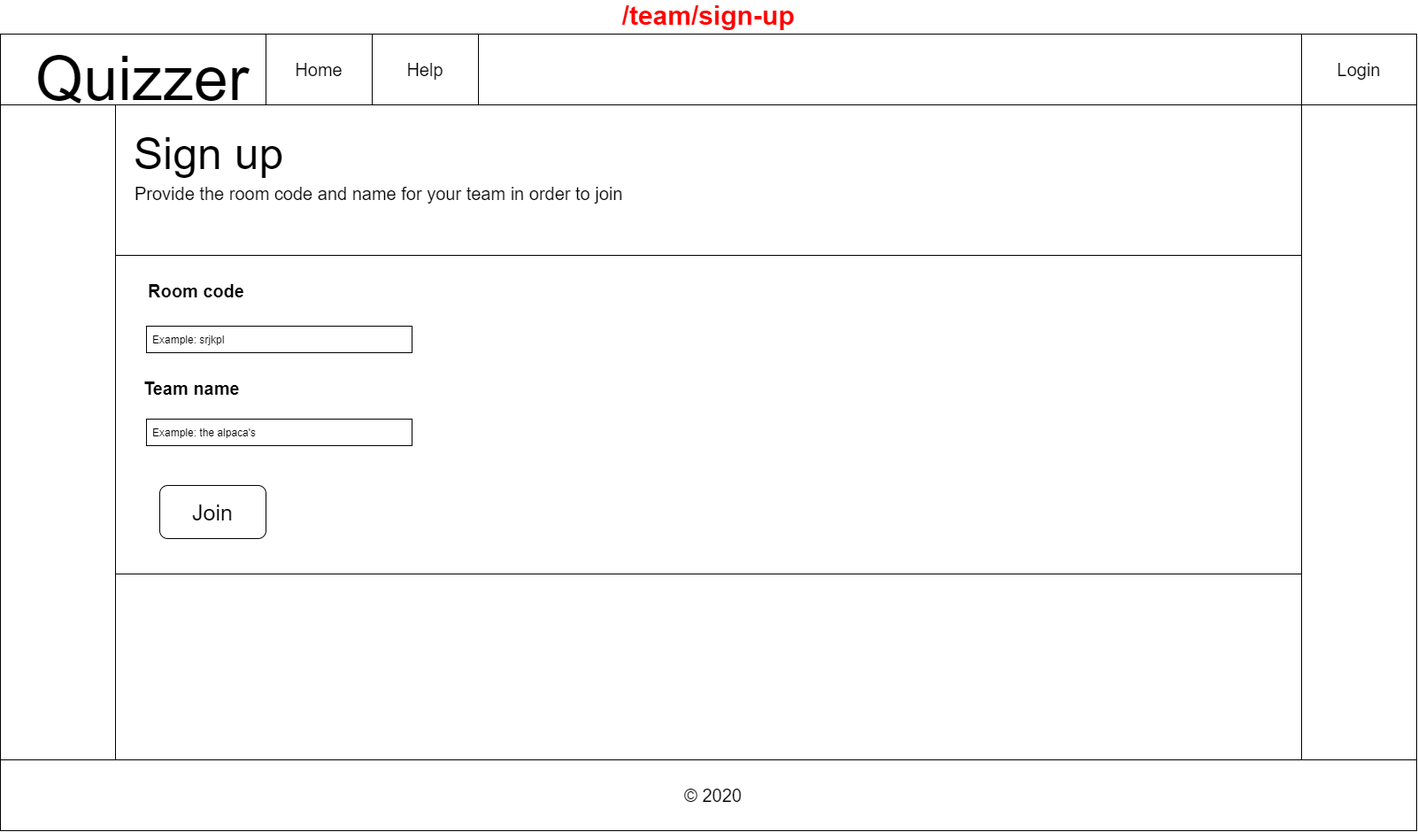
IkBenDeSjaak/Quizzer keeps this draw.io diagram as docs/wireframes/team-sign-up.png. Above is the earlier version. Source tidied: cells renumbered, new cells last; positions are measured from the earlier drawing's top-left corner, leaving out a move shared by most shapes. Its diagram source:
```xml
<mxGraphModel>
  <root>
    <mxCell id="0" />
    <mxCell id="1" parent="0" />
    <mxCell id="2" style="group;" parent="1" vertex="1">
      <mxGeometry width="1600" height="900" as="geometry" />
    </mxCell>
    <mxCell id="3" value="/team/sign-up" style="rounded=0;whiteSpace=wrap;html=1;fontStyle=1;fontSize=30;fontColor=#FF0000;labelPosition=center;verticalLabelPosition=top;align=center;verticalAlign=bottom;" parent="2" vertex="1">
      <mxGeometry width="1600" height="900" as="geometry" />
    </mxCell>
    <mxCell id="4" style="rounded=0;whiteSpace=wrap;html=1;" parent="2" vertex="1">
      <mxGeometry width="1600" height="80" as="geometry" />
    </mxCell>
    <mxCell id="5" value="&lt;font style=&quot;font-size: 70px&quot;&gt;Quizzer&lt;/font&gt;" style="text;html=1;align=center;verticalAlign=middle;" parent="2" vertex="1">
      <mxGeometry x="30" y="30" width="260" height="40" as="geometry" />
    </mxCell>
    <mxCell id="6" style="rounded=0;whiteSpace=wrap;html=1;" parent="2" vertex="1">
      <mxGeometry x="130" y="80" width="1340" height="740" as="geometry" />
    </mxCell>
    <mxCell id="7" style="rounded=0;whiteSpace=wrap;html=1;" parent="2" vertex="1">
      <mxGeometry y="820" width="1600" height="80" as="geometry" />
    </mxCell>
    <mxCell id="8" value="&lt;font style=&quot;font-size: 20px&quot;&gt;© 2020&lt;/font&gt;" style="text;html=1;align=center;verticalAlign=middle;" parent="2" vertex="1">
      <mxGeometry x="765" y="850" width="80" height="20" as="geometry" />
    </mxCell>
    <mxCell id="9" value="Home" style="rounded=0;whiteSpace=wrap;html=1;fontSize=20;" parent="2" vertex="1">
      <mxGeometry x="300" width="120" height="80" as="geometry" />
    </mxCell>
    <mxCell id="10" value="Help" style="rounded=0;whiteSpace=wrap;html=1;fontSize=20;" parent="2" vertex="1">
      <mxGeometry x="420" width="120" height="80" as="geometry" />
    </mxCell>
    <mxCell id="11" style="rounded=0;whiteSpace=wrap;html=1;" parent="2" vertex="1">
      <mxGeometry x="130" y="80" width="1340" height="170" as="geometry" />
    </mxCell>
    <mxCell id="12" value="&lt;span style=&quot;font-size: 20px&quot;&gt;Provide the room code and name for your team in order to join&lt;/span&gt;" style="text;html=1;strokeColor=none;fillColor=none;align=left;verticalAlign=middle;whiteSpace=wrap;rounded=0;" parent="2" vertex="1">
      <mxGeometry x="150" y="170" width="570" height="20" as="geometry" />
    </mxCell>
    <mxCell id="13" value="&lt;font style=&quot;font-size: 50px&quot;&gt;Sign up&lt;/font&gt;" style="text;html=1;align=center;verticalAlign=middle;" parent="2" vertex="1">
      <mxGeometry x="140" y="120" width="190" height="30" as="geometry" />
    </mxCell>
    <mxCell id="14" style="rounded=0;whiteSpace=wrap;html=1;align=left;" parent="2" vertex="1">
      <mxGeometry x="130" y="250" width="1340" height="360" as="geometry" />
    </mxCell>
    <mxCell id="15" value="&lt;font style=&quot;font-size: 20px&quot;&gt;Room code&lt;/font&gt;" style="text;html=1;strokeColor=none;fillColor=none;align=left;verticalAlign=middle;whiteSpace=wrap;rounded=0;fontStyle=1;" parent="2" vertex="1">
      <mxGeometry x="165" y="280" width="140" height="20" as="geometry" />
    </mxCell>
    <mxCell id="16" style="group;" parent="2" vertex="1">
      <mxGeometry x="165" y="330" width="300" height="30" as="geometry" />
    </mxCell>
    <mxCell id="17" style="rounded=0;whiteSpace=wrap;html=1;align=left;" parent="16" vertex="1">
      <mxGeometry width="300" height="30" as="geometry" />
    </mxCell>
    <mxCell id="18" value="Example: srjkpl" style="text;html=1;strokeColor=none;fillColor=none;align=left;verticalAlign=middle;whiteSpace=wrap;rounded=0;" parent="16" vertex="1">
      <mxGeometry x="5" y="5" width="110" height="20" as="geometry" />
    </mxCell>
    <mxCell id="19" value="&lt;font style=&quot;font-size: 20px&quot;&gt;Team name&lt;/font&gt;" style="text;html=1;strokeColor=none;fillColor=none;align=left;verticalAlign=middle;whiteSpace=wrap;rounded=0;fontStyle=1;" parent="2" vertex="1">
      <mxGeometry x="160" y="390" width="140" height="20" as="geometry" />
    </mxCell>
    <mxCell id="20" value="&lt;div&gt;&lt;span style=&quot;font-size: 25px&quot;&gt;Join&lt;/span&gt;&lt;/div&gt;" style="rounded=1;whiteSpace=wrap;html=1;align=center;" parent="2" vertex="1">
      <mxGeometry x="180" y="510" width="120" height="60" as="geometry" />
    </mxCell>
    <mxCell id="21" style="rounded=0;whiteSpace=wrap;html=1;align=left;" parent="2" vertex="1">
      <mxGeometry x="165" y="435" width="300" height="30" as="geometry" />
    </mxCell>
    <mxCell id="22" value="Example: the alpaca's" style="text;html=1;strokeColor=none;fillColor=none;align=left;verticalAlign=middle;whiteSpace=wrap;rounded=0;" parent="2" vertex="1">
      <mxGeometry x="170" y="440" width="130" height="20" as="geometry" />
    </mxCell>
    <mxCell id="23" value="Login" style="rounded=0;whiteSpace=wrap;html=1;fontSize=20;" parent="2" vertex="1">
      <mxGeometry x="1470" width="130" height="80" as="geometry" />
    </mxCell>
  </root>
</mxGraphModel>
```
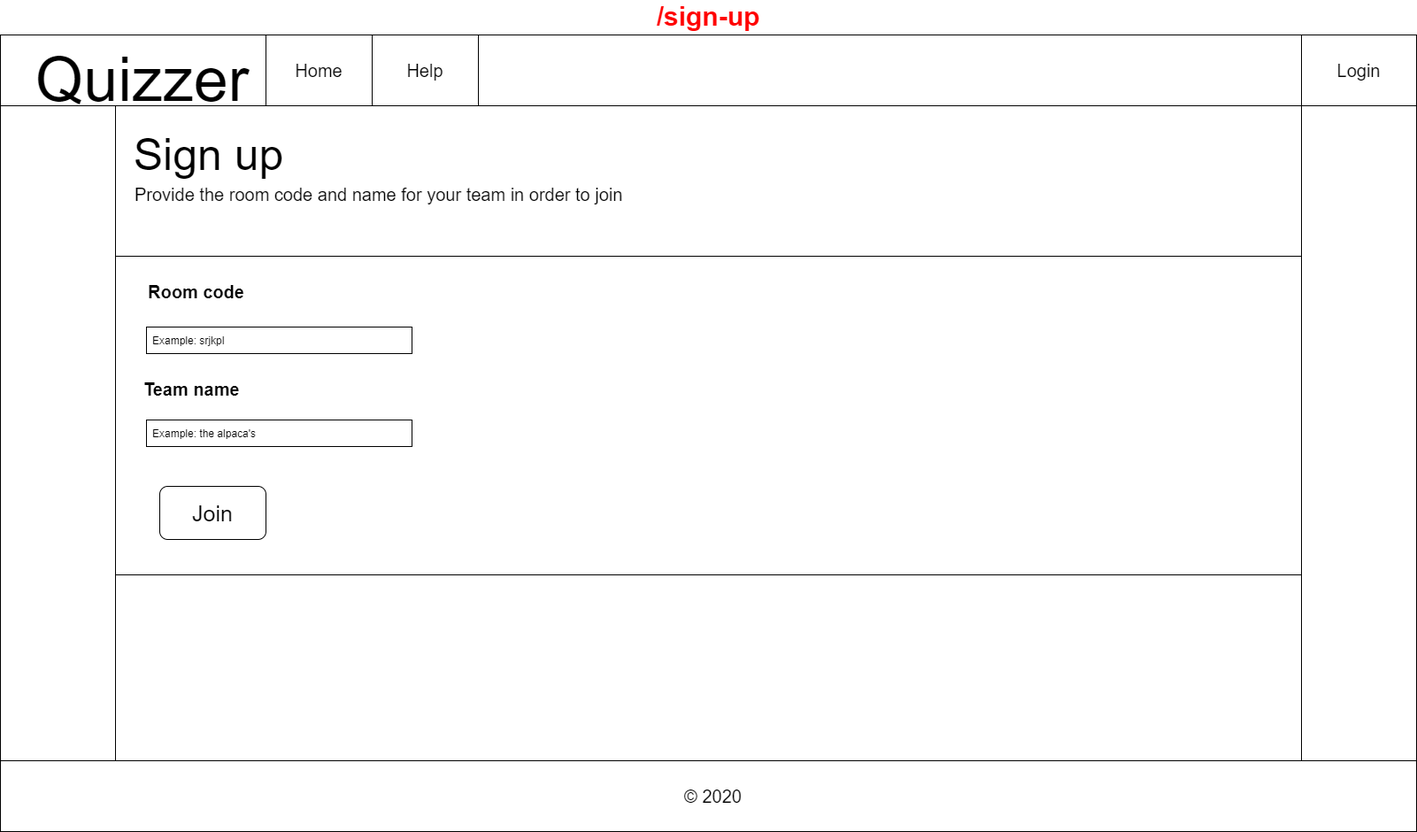
After the commit.

What changed in the source:
```diff
@@ -5,7 +5,7 @@
     <mxCell id="2" style="group;" parent="1" vertex="1">
       <mxGeometry width="1600" height="900" as="geometry" />
     </mxCell>
-    <mxCell id="3" value="/team/sign-up" style="rounded=0;whiteSpace=wrap;html=1;fontStyle=1;fontSize=30;fontColor=#FF0000;labelPosition=center;verticalLabelPosition=top;align=center;verticalAlign=bottom;" parent="2" vertex="1">
+    <mxCell id="3" value="/sign-up" style="rounded=0;whiteSpace=wrap;html=1;fontStyle=1;fontSize=30;fontColor=#FF0000;labelPosition=center;verticalLabelPosition=top;align=center;verticalAlign=bottom;" parent="2" vertex="1">
       <mxGeometry width="1600" height="900" as="geometry" />
     </mxCell>
     <mxCell id="4" style="rounded=0;whiteSpace=wrap;html=1;" parent="2" vertex="1">
```
